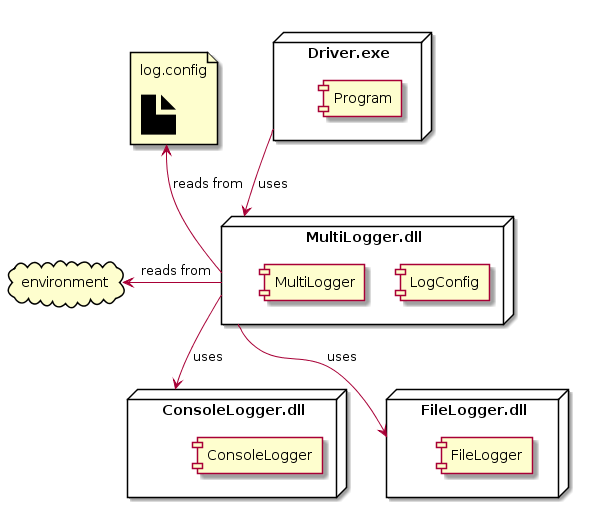
Earlier version of the PlantUML export Lesson 08 Uniform Log Formatting/images/Deployment-Diagram.png (cmps253/design-architecture). The source it was exported from:
```plantuml
@startuml
node "Driver.exe" {
    [Program]
}
node "ConsoleLogger.dll" {
    [ConsoleLogger]
}
node "MultiLogger.dll" {
    [LogConfig]
    [MultiLogger]
}
node "FileLogger.dll" {
    [FileLogger]
}
cloud environment

file bar [
        log.config

        <size:60><&file></size>
    ]

Driver.exe --> MultiLogger.dll : uses
MultiLogger.dll --> ConsoleLogger.dll :uses
MultiLogger.dll --> FileLogger.dll :uses
MultiLogger.dll -left-> environment : reads from
bar <-- MultiLogger.dll : reads from
@enduml
```
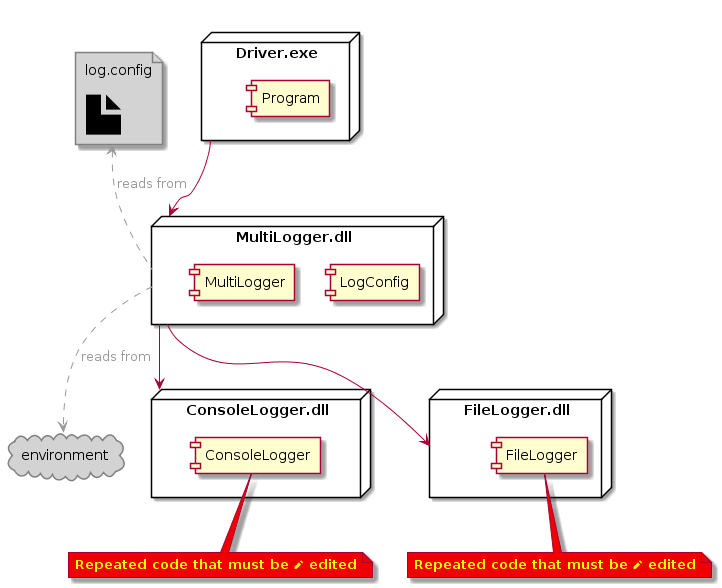
The same diagram one commit later.

Commit message:
minor bug fixes in content (not code), added lesson 8.0

Change to the diagram source:
```diff
@@ -5,6 +5,8 @@
 node "ConsoleLogger.dll" {
     [ConsoleLogger]
 }
+note bottom #ee0000: <font color=yellow><b>Repeated code that must be <&pencil> edited
+
 node "MultiLogger.dll" {
     [LogConfig]
     [MultiLogger]
@@ -12,6 +14,7 @@
 node "FileLogger.dll" {
     [FileLogger]
 }
+note bottom #ee0000: <font color=yellow><b>Repeated code that must be <&pencil> edited
 cloud environment
 
 file bar [
@@ -20,9 +23,22 @@
         <size:60><&file></size>
     ]
 
-Driver.exe --> MultiLogger.dll : uses
-MultiLogger.dll --> ConsoleLogger.dll :uses
-MultiLogger.dll --> FileLogger.dll :uses
-MultiLogger.dll -left-> environment : reads from
-bar <-- MultiLogger.dll : reads from
+skinparam cloud {
+    borderColor grey
+    backgroundColor lightgrey
+    backgroundColor<<shared node>> Magenta
+}
+
+skinparam file {
+    borderColor grey
+    backgroundColor lightgrey
+    backgroundColor<<shared node>> Magenta
+}
+
+
+Driver.exe --> MultiLogger.dll
+MultiLogger.dll --> ConsoleLogger.dll
+MultiLogger.dll --> FileLogger.dll
+MultiLogger.dll .[#999999].> environment : "<font color=#999999>reads from"
+bar <.[#999999]. MultiLogger.dll : "<font color=#999999>reads from"
 @enduml
```
